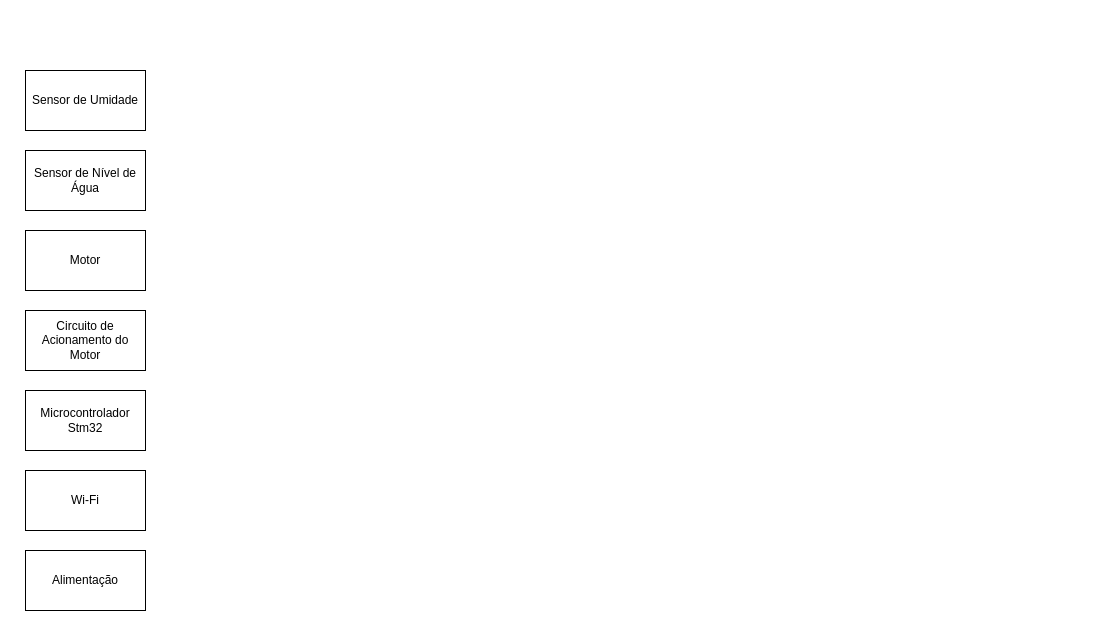
Earlier version of the draw.io diagram Diagrama de Blocos.drawio (heloizamartins/Sistema_Automatico_de_Irrigacao). Source tidied: cells renumbered, new cells numbered last; positions are measured from the earlier drawing's top-left corner, leaving out a move shared by most shapes. Both pictures are drawn from the tidied source at 100%, with x=0, y=0 at pixel (25, 70). Pictures stored in the file or linked from it are replaced by grey dashed boxes.
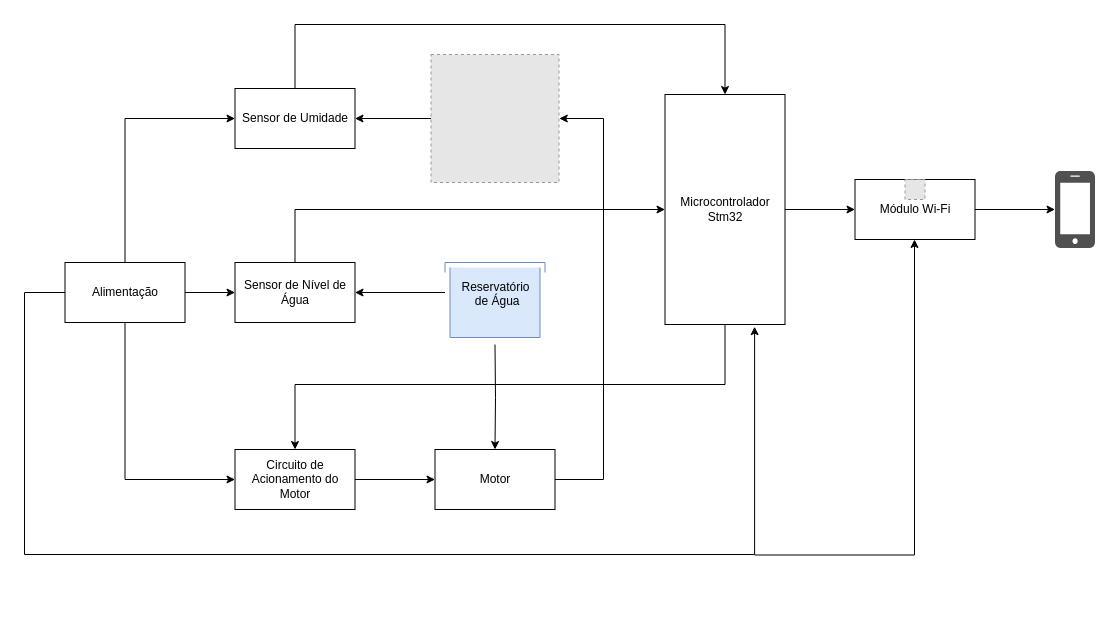
The same diagram, later.

Diff of the diagram source:
```diff
@@
+    <mxCell id="9" style="edgeStyle=orthogonalEdgeStyle;rounded=0;jettySize=auto;html=1;fontColor=#007FFF;entryX=0.5;entryY=0;entryDx=0;entryDy=0;" parent="1" edge="1" source="2" target="6">
+      <mxGeometry relative="1" as="geometry">
+        <Array as="points">
+          <mxPoint x="270" y="-46" />
+          <mxPoint x="700" y="-46" />
+        </Array>
+      </mxGeometry>
+    </mxCell>
-    <mxCell id="2" value="Sensor de Umidade" style="rounded=0;whiteSpace=wrap;html=1;" parent="1" vertex="1">
-      <mxGeometry width="120" height="60" as="geometry" />
+    <mxCell id="2" value="Sensor de Umidade" style="rounded=0;whiteSpace=wrap;html=1;gradientColor=none;" parent="1" vertex="1">
+      <mxGeometry x="209.5" y="18" width="120" height="60" as="geometry" />
     </mxCell>
+    <mxCell id="10" style="edgeStyle=orthogonalEdgeStyle;rounded=0;jettySize=auto;html=1;fontColor=#007FFF;entryX=0;entryY=0.5;entryDx=0;entryDy=0;" parent="1" edge="1" source="3" target="6">
+      <mxGeometry relative="1" as="geometry">
+        <Array as="points">
+          <mxPoint x="269.5" y="139" />
+        </Array>
+      </mxGeometry>
+    </mxCell>
     <mxCell id="3" value="Sensor de Nível de Água" style="rounded=0;whiteSpace=wrap;html=1;" parent="1" vertex="1">
-      <mxGeometry y="80" width="120" height="60" as="geometry" />
+      <mxGeometry x="209.5" y="192" width="120" height="60" as="geometry" />
     </mxCell>
+    <mxCell id="11" style="edgeStyle=orthogonalEdgeStyle;rounded=0;jettySize=auto;html=1;fontColor=#007FFF;" parent="1" edge="1" target="4">
+      <mxGeometry relative="1" as="geometry">
+        <mxPoint x="469.5" y="274" as="sourcePoint" />
+      </mxGeometry>
+    </mxCell>
+    <mxCell id="12" style="edgeStyle=orthogonalEdgeStyle;rounded=0;jettySize=auto;html=1;fontColor=#007FFF;" parent="1" edge="1" source="4">
+      <mxGeometry relative="1" as="geometry">
+        <mxPoint x="533.8" y="48" as="targetPoint" />
+        <Array as="points">
+          <mxPoint x="578" y="409" />
+          <mxPoint x="578" y="48" />
+        </Array>
+      </mxGeometry>
+    </mxCell>
     <mxCell id="4" value="Motor" style="rounded=0;whiteSpace=wrap;html=1;" parent="1" vertex="1">
-      <mxGeometry y="160" width="120" height="60" as="geometry" />
+      <mxGeometry x="409.5" y="379" width="120" height="60" as="geometry" />
     </mxCell>
+    <mxCell id="13" style="edgeStyle=orthogonalEdgeStyle;rounded=0;jettySize=auto;html=1;fontColor=#007FFF;" parent="1" edge="1" source="5" target="4">
+      <mxGeometry relative="1" as="geometry" />
+    </mxCell>
+    <mxCell id="14" style="edgeStyle=orthogonalEdgeStyle;rounded=0;jettySize=auto;html=1;fontColor=#007FFF;exitX=0.5;exitY=1;exitDx=0;exitDy=0;" parent="1" edge="1" source="6" target="5">
+      <mxGeometry relative="1" as="geometry">
+        <Array as="points">
+          <mxPoint x="699.5" y="314" />
+          <mxPoint x="269.5" y="314" />
+        </Array>
+      </mxGeometry>
+    </mxCell>
     <mxCell id="5" value="Circuito de Acionamento do Motor" style="rounded=0;whiteSpace=wrap;html=1;" parent="1" vertex="1">
-      <mxGeometry y="240" width="120" height="60" as="geometry" />
+      <mxGeometry x="209.5" y="379" width="120" height="60" as="geometry" />
     </mxCell>
+    <mxCell id="15" style="edgeStyle=orthogonalEdgeStyle;rounded=0;jettySize=auto;html=1;fontColor=#007FFF;" parent="1" edge="1" source="6" target="18">
+      <mxGeometry relative="1" as="geometry" />
+    </mxCell>
     <mxCell id="6" value="Microcontrolador&lt;br&gt;Stm32&lt;br&gt;" style="rounded=0;whiteSpace=wrap;html=1;" parent="1" vertex="1">
-      <mxGeometry y="320" width="120" height="60" as="geometry" />
+      <mxGeometry x="639.5" y="24" width="120" height="230" as="geometry" />
     </mxCell>
-    <mxCell id="7" value="Wi-Fi" style="rounded=0;whiteSpace=wrap;html=1;" parent="1" vertex="1">
-      <mxGeometry y="400" width="120" height="60" as="geometry" />
-    </mxCell>
+    <mxCell id="16" style="edgeStyle=orthogonalEdgeStyle;rounded=0;jettySize=auto;html=1;fontColor=#007FFF;" parent="1" edge="1" source="18" target="30">
+      <mxGeometry relative="1" as="geometry" />
+    </mxCell>
+    <mxCell id="17" style="edgeStyle=orthogonalEdgeStyle;rounded=0;jettySize=auto;html=1;fontColor=#007FFF;" parent="1" edge="1" target="18">
+      <mxGeometry relative="1" as="geometry">
+        <mxPoint x="729.1" y="484.5" as="sourcePoint" />
+        <Array as="points">
+          <mxPoint x="729" y="484" />
+          <mxPoint x="889" y="484" />
+        </Array>
+      </mxGeometry>
+    </mxCell>
+    <mxCell id="18" value="Módulo Wi-Fi" style="rounded=0;whiteSpace=wrap;html=1;" parent="1" vertex="1">
+      <mxGeometry x="829.5" y="109" width="120" height="60" as="geometry" />
+    </mxCell>
+    <mxCell id="19" style="edgeStyle=orthogonalEdgeStyle;rounded=0;jettySize=auto;html=1;fontColor=#007FFF;" parent="1" edge="1" source="8" target="3">
+      <mxGeometry relative="1" as="geometry" />
+    </mxCell>
+    <mxCell id="20" style="edgeStyle=orthogonalEdgeStyle;rounded=0;jettySize=auto;html=1;fontColor=#007FFF;entryX=0;entryY=0.5;entryDx=0;entryDy=0;" parent="1" edge="1" source="8" target="2">
+      <mxGeometry relative="1" as="geometry">
+        <Array as="points">
+          <mxPoint x="99.5" y="48" />
+        </Array>
+      </mxGeometry>
+    </mxCell>
+    <mxCell id="21" style="edgeStyle=orthogonalEdgeStyle;rounded=0;jettySize=auto;html=1;fontColor=#007FFF;entryX=0;entryY=0.5;entryDx=0;entryDy=0;" parent="1" edge="1" source="8" target="5">
+      <mxGeometry relative="1" as="geometry">
+        <Array as="points">
+          <mxPoint x="99.5" y="409" />
+        </Array>
+      </mxGeometry>
+    </mxCell>
+    <mxCell id="22" style="edgeStyle=orthogonalEdgeStyle;rounded=0;jettySize=auto;html=1;fontColor=#007FFF;" parent="1" edge="1" source="8">
+      <mxGeometry relative="1" as="geometry">
+        <mxPoint x="729.1" y="256.2" as="targetPoint" />
+        <Array as="points">
+          <mxPoint x="-1" y="222" />
+          <mxPoint x="-1" y="484" />
+          <mxPoint x="729" y="484" />
+        </Array>
+      </mxGeometry>
+    </mxCell>
     <mxCell id="8" value="Alimentação" style="rounded=0;whiteSpace=wrap;html=1;" parent="1" vertex="1">
-      <mxGeometry y="480" width="120" height="60" as="geometry" />
+      <mxGeometry x="39.5" y="192" width="120" height="60" as="geometry" />
     </mxCell>
+    <mxCell id="23" style="edgeStyle=orthogonalEdgeStyle;rounded=0;jettySize=auto;html=1;fontColor=#007FFF;exitX=0;exitY=0.5;exitDx=0;exitDy=0;" parent="1" edge="1" source="24" target="2">
+      <mxGeometry relative="1" as="geometry" />
+    </mxCell>
+    <mxCell id="24" style="fillColor=#E6E6E6;strokeColor=#999999;dashed=1;html=1;verticalAlign=top;verticalLabelPosition=bottom;labelBackgroundColor=#ffffff;" parent="1" vertex="1">
+      <mxGeometry x="405.5" y="-16" width="128" height="128" as="geometry" />
+    </mxCell>
+    <mxCell id="25" style="group;" parent="1" vertex="1">
+      <mxGeometry x="419.5" y="192" width="100" height="75" as="geometry" />
+    </mxCell>
+    <mxCell id="26" style="shape=mxgraph.pid.vessels.tank_(covered);html=1;align=center;verticalLabelPosition=bottom;verticalAlign=top;dashed=0;fillColor=#dae8fc;strokeColor=#6c8ebf;" parent="25" vertex="1">
+      <mxGeometry width="100" height="75" as="geometry" />
+    </mxCell>
+    <mxCell id="27" style="edgeStyle=orthogonalEdgeStyle;rounded=0;jettySize=auto;html=1;fontColor=#007FFF;entryX=1;entryY=0.5;entryDx=0;entryDy=0;" parent="25" edge="1" target="3">
+      <mxGeometry relative="1" as="geometry">
+        <mxPoint y="30" as="sourcePoint" />
+        <Array as="points">
+          <mxPoint y="30" />
+        </Array>
+      </mxGeometry>
+    </mxCell>
+    <mxCell id="28" value="Reservatório&lt;br&gt;&amp;nbsp;de Água" style="text;html=1;align=center;verticalAlign=top;spacingTop=-4;" parent="25" vertex="1">
+      <mxGeometry x="10" y="15" width="80" height="30" as="geometry" />
+    </mxCell>
+    <mxCell id="29" style="fillColor=#E6E6E6;strokeColor=#999999;dashed=1;html=1;verticalAlign=top;verticalLabelPosition=bottom;labelBackgroundColor=#ffffff;fontColor=#007FFF;align=center;" parent="1" vertex="1">
+      <mxGeometry x="879.5" y="109" width="20" height="20" as="geometry" />
+    </mxCell>
+    <mxCell id="30" style="shadow=0;dashed=0;html=1;strokeColor=none;fillColor=#505050;labelPosition=center;verticalLabelPosition=bottom;verticalAlign=top;outlineConnect=0;align=center;shape=mxgraph.office.devices.cell_phone_iphone_standalone;fontColor=#007FFF;" parent="1" vertex="1">
+      <mxGeometry x="1029.5" y="100.5" width="40" height="77" as="geometry" />
+    </mxCell>
```
